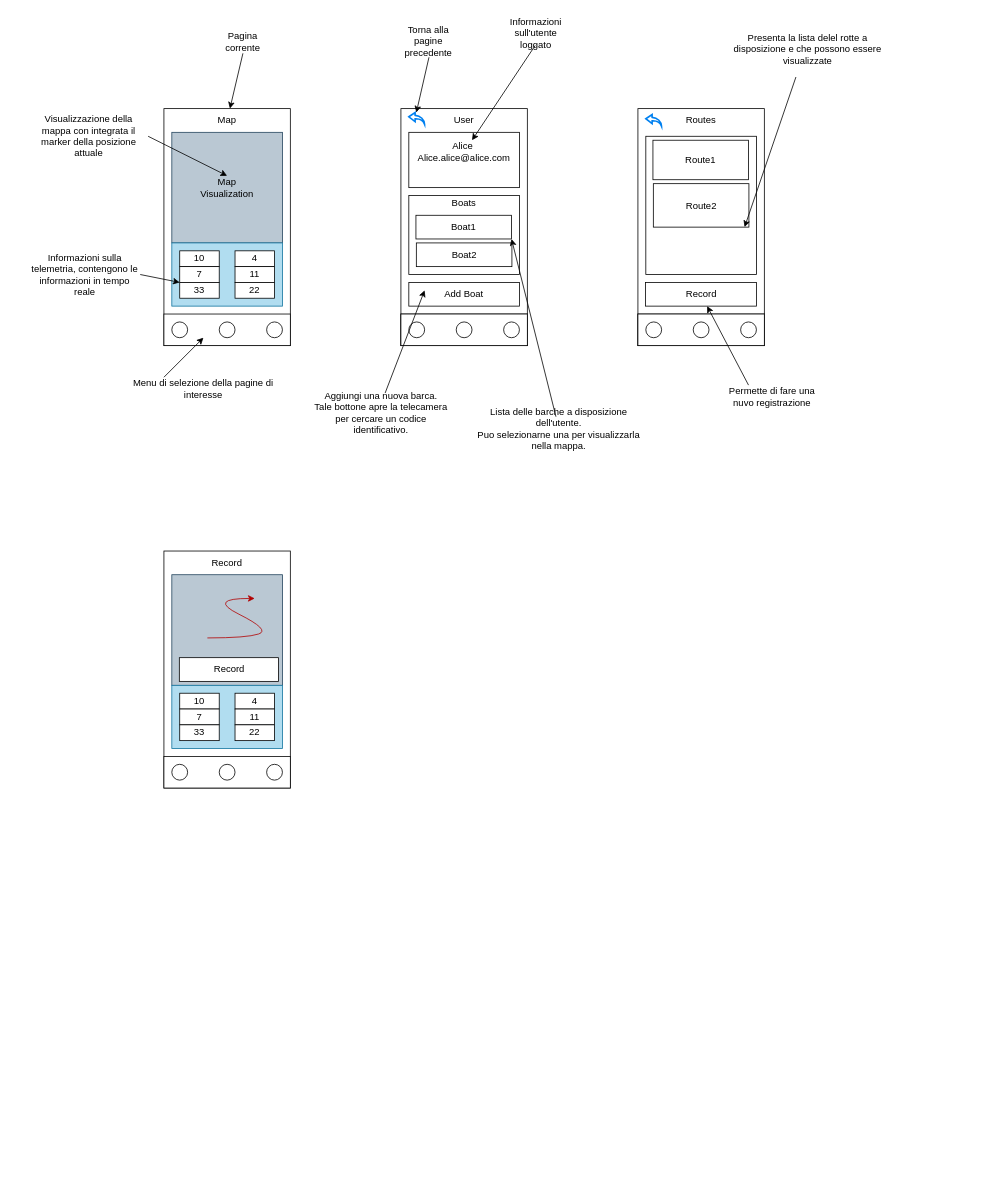
Above: Diagrams/Ideas.drawio in GiovanniRaseraF/Saily (draw.io), before the change. Source tidied: cells renumbered, new cells numbered last; positions are measured from the earlier drawing's top-left corner, leaving out a move shared by most shapes. Both pictures are drawn from the tidied source at 79%, with x=0, y=0 at pixel (29, 21).
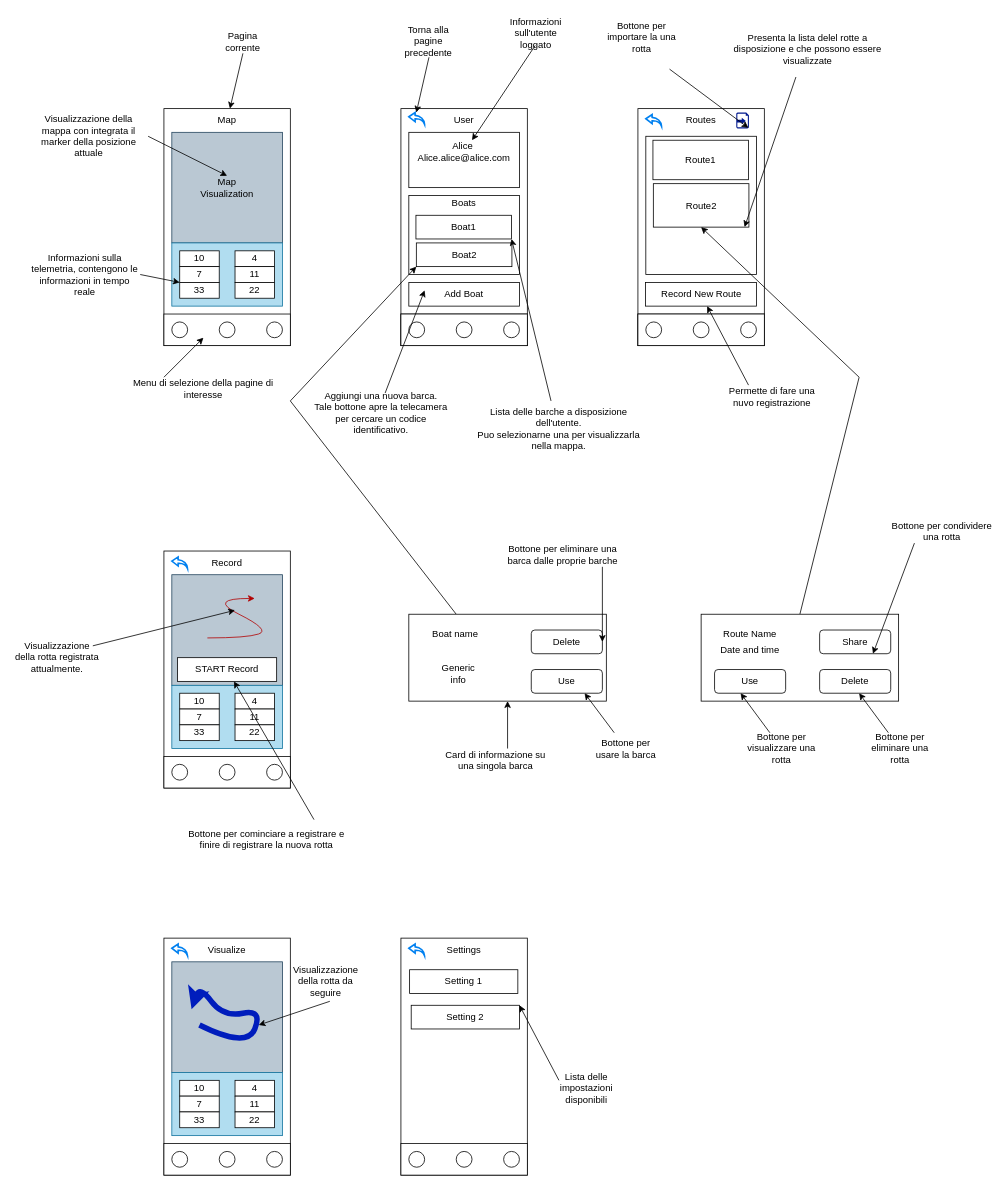
The same diagram, later.

The change refers to these unchanged cells:
```xml
<mxCell id="34" value="Boat2" style="rounded=0;whiteSpace=wrap;html=1;" parent="1" vertex="1">
  <mxGeometry x="489.5" y="280" width="121" height="30" as="geometry" />
</mxCell>
<mxCell id="39" value="Route2" style="rounded=0;whiteSpace=wrap;html=1;" parent="1" vertex="1">
  <mxGeometry x="789.5" y="205" width="121" height="55" as="geometry" />
</mxCell>
<mxCell id="59" value="Lista delle barche a disposizione dell'utente.&lt;div&gt;Puo selezionarne una per visualizzarla nella mappa.&lt;/div&gt;" style="text;html=1;align=center;verticalAlign=middle;whiteSpace=wrap;rounded=0;" parent="1" vertex="1">
  <mxGeometry x="560" y="500" width="220" height="30" as="geometry" />
</mxCell>
```

What changed in the source:
```diff
@@
-    <mxCell id="40" value="Record" style="rounded=0;whiteSpace=wrap;html=1;" parent="1" vertex="1">
+    <mxCell id="40" value="Record New Route" style="rounded=0;whiteSpace=wrap;html=1;" parent="1" vertex="1">
       <mxGeometry x="779.5" y="330" width="140.5" height="30" as="geometry" />
     </mxCell>
@@
-    <mxCell id="58" style="endArrow=classic;html=1;rounded=0;" parent="1" edge="1" source="59">
+    <mxCell id="58" style="endArrow=classic;html=1;rounded=0;" parent="1" edge="1">
       <mxGeometry relative="1" as="geometry">
+        <mxPoint x="660" y="480" as="sourcePoint" />
         <mxPoint x="610" y="275" as="targetPoint" />
       </mxGeometry>
     </mxCell>
@@
-    <mxCell id="78" value="Record" style="rounded=0;whiteSpace=wrap;html=1;" parent="1" vertex="1">
-      <mxGeometry x="189.5" y="805" width="125.5" height="30" as="geometry" />
+    <mxCell id="78" value="START Record" style="rounded=0;whiteSpace=wrap;html=1;" parent="1" vertex="1">
+      <mxGeometry x="187.2" y="805" width="125.5" height="30" as="geometry" />
     </mxCell>
@@
+    <mxCell id="80" style="endArrow=classic;html=1;rounded=0;" parent="1" edge="1">
+      <mxGeometry relative="1" as="geometry">
+        <mxPoint x="80" y="790" as="sourcePoint" />
+        <mxPoint x="260" y="745" as="targetPoint" />
+      </mxGeometry>
+    </mxCell>
+    <mxCell id="81" value="Visualizzazione della rotta registrata attualmente." style="text;html=1;align=center;verticalAlign=middle;whiteSpace=wrap;rounded=0;" parent="1" vertex="1">
+      <mxGeometry x="-20" y="790" width="110" height="30" as="geometry" />
+    </mxCell>
+    <mxCell id="82" style="endArrow=classic;html=1;rounded=0;" parent="1" edge="1" target="78">
+      <mxGeometry relative="1" as="geometry">
+        <mxPoint x="360" y="1010" as="sourcePoint" />
+      </mxGeometry>
+    </mxCell>
+    <mxCell id="83" value="Bottone per cominciare a registrare e finire di registrare la nuova rotta" style="text;html=1;align=center;verticalAlign=middle;whiteSpace=wrap;rounded=0;" parent="1" vertex="1">
+      <mxGeometry x="200" y="1020" width="200" height="30" as="geometry" />
+    </mxCell>
+    <mxCell id="84" style="html=1;verticalLabelPosition=bottom;align=center;labelBackgroundColor=#ffffff;verticalAlign=top;strokeWidth=2;strokeColor=#0080F0;shadow=0;dashed=0;shape=mxgraph.ios7.icons.back;" parent="1" vertex="1">
+      <mxGeometry x="180" y="677.5" width="20" height="15" as="geometry" />
+    </mxCell>
+    <mxCell id="85" style="sketch=0;shadow=0;dashed=0;html=1;strokeColor=none;labelPosition=center;verticalLabelPosition=bottom;verticalAlign=top;align=center;fillColor=#00188D;shape=mxgraph.mscae.enterprise.import_generic;" parent="1" vertex="1">
+      <mxGeometry x="894.5" y="115" width="16" height="20" as="geometry" />
+    </mxCell>
+    <mxCell id="86" style="endArrow=classic;html=1;rounded=0;entryX=0.96;entryY=0.97;entryDx=0;entryDy=0;entryPerimeter=0;" parent="1" edge="1" target="85">
+      <mxGeometry relative="1" as="geometry">
+        <mxPoint x="810" y="60" as="sourcePoint" />
+      </mxGeometry>
+    </mxCell>
+    <mxCell id="87" value="Bottone per importare la una rotta" style="text;html=1;align=center;verticalAlign=middle;whiteSpace=wrap;rounded=0;" parent="1" vertex="1">
+      <mxGeometry x="720" y="-10" width="110" height="60" as="geometry" />
+    </mxCell>
+    <mxCell id="88" style="endArrow=classic;html=1;rounded=0;entryX=0;entryY=1;entryDx=0;entryDy=0;" parent="1" edge="1" target="34">
+      <mxGeometry relative="1" as="geometry">
+        <mxPoint x="540" y="750" as="sourcePoint" />
+        <Array as="points">
+          <mxPoint x="330" y="480" />
+        </Array>
+      </mxGeometry>
+    </mxCell>
+    <mxCell id="89" style="rounded=0;whiteSpace=wrap;html=1;" parent="1" vertex="1">
+      <mxGeometry x="480" y="750" width="250" height="110" as="geometry" />
+    </mxCell>
+    <mxCell id="90" value="Boat name" style="text;html=1;align=center;verticalAlign=middle;whiteSpace=wrap;rounded=0;" parent="1" vertex="1">
+      <mxGeometry x="489" y="760" width="100" height="30" as="geometry" />
+    </mxCell>
+    <mxCell id="91" value="Generic info" style="text;html=1;align=center;verticalAlign=middle;whiteSpace=wrap;rounded=0;" parent="1" vertex="1">
+      <mxGeometry x="513" y="810" width="60" height="30" as="geometry" />
+    </mxCell>
+    <mxCell id="92" value="Use" style="rounded=1;whiteSpace=wrap;html=1;" parent="1" vertex="1">
+      <mxGeometry x="635" y="820" width="90" height="30" as="geometry" />
+    </mxCell>
+    <mxCell id="93" value="Delete" style="rounded=1;whiteSpace=wrap;html=1;" parent="1" vertex="1">
+      <mxGeometry x="635" y="770" width="90" height="30" as="geometry" />
+    </mxCell>
+    <mxCell id="94" style="endArrow=classic;html=1;rounded=0;entryX=0.5;entryY=1;entryDx=0;entryDy=0;" parent="1" edge="1" target="89">
+      <mxGeometry relative="1" as="geometry">
+        <mxPoint x="605" y="920" as="sourcePoint" />
+      </mxGeometry>
+    </mxCell>
+    <mxCell id="95" value="Card di informazione su una singola barca" style="text;html=1;align=center;verticalAlign=middle;whiteSpace=wrap;rounded=0;" parent="1" vertex="1">
+      <mxGeometry x="520" y="920" width="140" height="30" as="geometry" />
+    </mxCell>
+    <mxCell id="96" style="endArrow=classic;html=1;rounded=0;entryX=0.75;entryY=1;entryDx=0;entryDy=0;" parent="1" edge="1" target="92">
+      <mxGeometry relative="1" as="geometry">
+        <mxPoint x="740" y="900" as="sourcePoint" />
+      </mxGeometry>
+    </mxCell>
+    <mxCell id="97" value="Bottone per usare la barca" style="text;html=1;align=center;verticalAlign=middle;whiteSpace=wrap;rounded=0;" parent="1" vertex="1">
+      <mxGeometry x="710" y="890" width="90" height="60" as="geometry" />
+    </mxCell>
+    <mxCell id="98" style="endArrow=classic;html=1;rounded=0;entryX=1;entryY=0.5;entryDx=0;entryDy=0;" parent="1" edge="1" target="93">
+      <mxGeometry relative="1" as="geometry">
+        <mxPoint x="725" y="690" as="sourcePoint" />
+      </mxGeometry>
+    </mxCell>
+    <mxCell id="99" value="Bottone per eliminare una barca dalle proprie barche" style="text;html=1;align=center;verticalAlign=middle;whiteSpace=wrap;rounded=0;" parent="1" vertex="1">
+      <mxGeometry x="600" y="660" width="150" height="30" as="geometry" />
+    </mxCell>
+    <mxCell id="100" style="endArrow=classic;html=1;rounded=0;entryX=0.5;entryY=1;entryDx=0;entryDy=0;exitX=0.5;exitY=0;exitDx=0;exitDy=0;" parent="1" edge="1" source="101" target="39">
+      <mxGeometry relative="1" as="geometry">
+        <Array as="points">
+          <mxPoint x="1050" y="450" />
+        </Array>
+      </mxGeometry>
+    </mxCell>
+    <mxCell id="101" style="rounded=0;whiteSpace=wrap;html=1;" parent="1" vertex="1">
+      <mxGeometry x="850" y="750" width="250" height="110" as="geometry" />
+    </mxCell>
+    <mxCell id="102" value="Route Name" style="text;html=1;align=center;verticalAlign=middle;whiteSpace=wrap;rounded=0;" parent="1" vertex="1">
+      <mxGeometry x="862" y="760" width="100" height="30" as="geometry" />
+    </mxCell>
+    <mxCell id="103" value="Date and time" style="text;html=1;align=center;verticalAlign=middle;whiteSpace=wrap;rounded=0;" parent="1" vertex="1">
+      <mxGeometry x="862" y="780" width="100" height="30" as="geometry" />
+    </mxCell>
+    <mxCell id="104" value="Delete" style="rounded=1;whiteSpace=wrap;html=1;" parent="1" vertex="1">
+      <mxGeometry x="1000" y="820" width="90" height="30" as="geometry" />
+    </mxCell>
+    <mxCell id="105" value="Use" style="rounded=1;whiteSpace=wrap;html=1;" parent="1" vertex="1">
+      <mxGeometry x="867" y="820" width="90" height="30" as="geometry" />
+    </mxCell>
+    <mxCell id="106" value="Share" style="rounded=1;whiteSpace=wrap;html=1;" parent="1" vertex="1">
+      <mxGeometry x="1000" y="770" width="90" height="30" as="geometry" />
+    </mxCell>
+    <mxCell id="107" style="endArrow=classic;html=1;rounded=0;entryX=0.75;entryY=1;entryDx=0;entryDy=0;" parent="1" edge="1" target="106">
+      <mxGeometry relative="1" as="geometry">
+        <mxPoint x="1120" y="660" as="sourcePoint" />
+      </mxGeometry>
+    </mxCell>
+    <mxCell id="108" value="Bottone per condividere una rotta" style="text;html=1;align=center;verticalAlign=middle;whiteSpace=wrap;rounded=0;" parent="1" vertex="1">
+      <mxGeometry x="1090" y="630" width="130" height="30" as="geometry" />
+    </mxCell>
+    <mxCell id="109" style="endArrow=classic;html=1;rounded=0;entryX=0.75;entryY=1;entryDx=0;entryDy=0;" parent="1" edge="1">
+      <mxGeometry relative="1" as="geometry">
+        <mxPoint x="1087" y="900" as="sourcePoint" />
+        <mxPoint x="1050" y="850" as="targetPoint" />
+      </mxGeometry>
+    </mxCell>
+    <mxCell id="110" value="Bottone per eliminare una rotta" style="text;html=1;align=center;verticalAlign=middle;whiteSpace=wrap;rounded=0;" parent="1" vertex="1">
+      <mxGeometry x="1057" y="890" width="90" height="60" as="geometry" />
+    </mxCell>
+    <mxCell id="111" style="endArrow=classic;html=1;rounded=0;entryX=0.75;entryY=1;entryDx=0;entryDy=0;" parent="1" edge="1">
+      <mxGeometry relative="1" as="geometry">
+        <mxPoint x="937" y="900" as="sourcePoint" />
+        <mxPoint x="900" y="850" as="targetPoint" />
+      </mxGeometry>
+    </mxCell>
+    <mxCell id="112" value="Bottone per visualizzare una rotta" style="text;html=1;align=center;verticalAlign=middle;whiteSpace=wrap;rounded=0;" parent="1" vertex="1">
+      <mxGeometry x="907" y="890" width="90" height="60" as="geometry" />
+    </mxCell>
+    <mxCell id="113" style="rounded=0;whiteSpace=wrap;html=1;" parent="1" vertex="1">
+      <mxGeometry x="170" y="1160" width="160" height="300" as="geometry" />
+    </mxCell>
+    <mxCell id="114" value="Visualize" style="text;html=1;align=center;verticalAlign=middle;whiteSpace=wrap;rounded=0;" parent="1" vertex="1">
+      <mxGeometry x="220" y="1160" width="60" height="30" as="geometry" />
+    </mxCell>
+    <mxCell id="115" style="whiteSpace=wrap;html=1;fillColor=#bac8d3;strokeColor=#23445d;" parent="1" vertex="1">
+      <mxGeometry x="180" y="1190" width="140" height="140" as="geometry" />
+    </mxCell>
+    <mxCell id="116" style="rounded=0;whiteSpace=wrap;html=1;fillColor=#b1ddf0;strokeColor=#10739e;" parent="1" vertex="1">
+      <mxGeometry x="180" y="1330" width="140" height="80" as="geometry" />
+    </mxCell>
+    <mxCell id="117" value="10" style="rounded=0;whiteSpace=wrap;html=1;" parent="1" vertex="1">
+      <mxGeometry x="190" y="1340" width="50" height="20" as="geometry" />
+    </mxCell>
+    <mxCell id="118" value="4" style="rounded=0;whiteSpace=wrap;html=1;" parent="1" vertex="1">
+      <mxGeometry x="260" y="1340" width="50" height="20" as="geometry" />
+    </mxCell>
+    <mxCell id="119" value="7" style="rounded=0;whiteSpace=wrap;html=1;" parent="1" vertex="1">
+      <mxGeometry x="190" y="1360" width="50" height="20" as="geometry" />
+    </mxCell>
+    <mxCell id="120" value="11" style="rounded=0;whiteSpace=wrap;html=1;" parent="1" vertex="1">
+      <mxGeometry x="260" y="1360" width="50" height="20" as="geometry" />
+    </mxCell>
+    <mxCell id="121" value="33" style="rounded=0;whiteSpace=wrap;html=1;" parent="1" vertex="1">
+      <mxGeometry x="190" y="1380" width="50" height="20" as="geometry" />
+    </mxCell>
+    <mxCell id="122" value="22" style="rounded=0;whiteSpace=wrap;html=1;" parent="1" vertex="1">
+      <mxGeometry x="260" y="1380" width="50" height="20" as="geometry" />
+    </mxCell>
+    <mxCell id="123" style="rounded=0;whiteSpace=wrap;html=1;" parent="1" vertex="1">
+      <mxGeometry x="170" y="1420" width="160" height="40" as="geometry" />
+    </mxCell>
+    <mxCell id="124" style="ellipse;whiteSpace=wrap;html=1;" parent="1" vertex="1">
+      <mxGeometry x="180" y="1430" width="20" height="20" as="geometry" />
+    </mxCell>
+    <mxCell id="125" style="ellipse;whiteSpace=wrap;html=1;" parent="1" vertex="1">
+      <mxGeometry x="240" y="1430" width="20" height="20" as="geometry" />
+    </mxCell>
+    <mxCell id="126" style="ellipse;whiteSpace=wrap;html=1;" parent="1" vertex="1">
+      <mxGeometry x="300" y="1430" width="20" height="20" as="geometry" />
+    </mxCell>
+    <mxCell id="127" style="html=1;verticalLabelPosition=bottom;align=center;labelBackgroundColor=#ffffff;verticalAlign=top;strokeWidth=2;strokeColor=#0080F0;shadow=0;dashed=0;shape=mxgraph.ios7.icons.back;" parent="1" vertex="1">
+      <mxGeometry x="180" y="1167.5" width="20" height="15" as="geometry" />
+    </mxCell>
+    <mxCell id="128" style="curved=1;endArrow=classic;html=1;rounded=0;fillColor=#0050ef;strokeColor=#001DBC;strokeWidth=7;" parent="1" edge="1">
+      <mxGeometry relative="1" as="geometry">
+        <mxPoint x="215" y="1270" as="sourcePoint" />
+        <mxPoint x="205" y="1250" as="targetPoint" />
+        <Array as="points">
+          <mxPoint x="275" y="1300" />
+          <mxPoint x="295" y="1250" />
+          <mxPoint x="245" y="1260" />
+          <mxPoint x="215" y="1220" />
+        </Array>
+      </mxGeometry>
+    </mxCell>
+    <mxCell id="129" style="endArrow=classic;html=1;rounded=0;" parent="1" edge="1">
+      <mxGeometry relative="1" as="geometry">
+        <mxPoint x="380" y="1240" as="sourcePoint" />
+        <mxPoint x="290" y="1270" as="targetPoint" />
+      </mxGeometry>
+    </mxCell>
+    <mxCell id="130" value="Visualizzazione della rotta da seguire" style="text;html=1;align=center;verticalAlign=middle;whiteSpace=wrap;rounded=0;" parent="1" vertex="1">
+      <mxGeometry x="320" y="1200" width="110" height="30" as="geometry" />
+    </mxCell>
+    <mxCell id="131" style="rounded=0;whiteSpace=wrap;html=1;" parent="1" vertex="1">
+      <mxGeometry x="470" y="1160" width="160" height="300" as="geometry" />
+    </mxCell>
+    <mxCell id="132" value="Settings" style="text;html=1;align=center;verticalAlign=middle;whiteSpace=wrap;rounded=0;" parent="1" vertex="1">
+      <mxGeometry x="520" y="1160" width="60" height="30" as="geometry" />
+    </mxCell>
+    <mxCell id="133" style="rounded=0;whiteSpace=wrap;html=1;" parent="1" vertex="1">
+      <mxGeometry x="470" y="1420" width="160" height="40" as="geometry" />
+    </mxCell>
+    <mxCell id="134" style="ellipse;whiteSpace=wrap;html=1;" parent="1" vertex="1">
+      <mxGeometry x="480" y="1430" width="20" height="20" as="geometry" />
+    </mxCell>
+    <mxCell id="135" style="ellipse;whiteSpace=wrap;html=1;" parent="1" vertex="1">
+      <mxGeometry x="540" y="1430" width="20" height="20" as="geometry" />
+    </mxCell>
+    <mxCell id="136" style="ellipse;whiteSpace=wrap;html=1;" parent="1" vertex="1">
+      <mxGeometry x="600" y="1430" width="20" height="20" as="geometry" />
+    </mxCell>
+    <mxCell id="137" style="html=1;verticalLabelPosition=bottom;align=center;labelBackgroundColor=#ffffff;verticalAlign=top;strokeWidth=2;strokeColor=#0080F0;shadow=0;dashed=0;shape=mxgraph.ios7.icons.back;" parent="1" vertex="1">
+      <mxGeometry x="480" y="1167.5" width="20" height="15" as="geometry" />
+    </mxCell>
+    <mxCell id="138" value="Setting 1" style="rounded=0;whiteSpace=wrap;html=1;" parent="1" vertex="1">
+      <mxGeometry x="481" y="1200" width="137" height="30" as="geometry" />
+    </mxCell>
+    <mxCell id="139" value="Setting 2" style="rounded=0;whiteSpace=wrap;html=1;" parent="1" vertex="1">
+      <mxGeometry x="483" y="1245" width="137" height="30" as="geometry" />
+    </mxCell>
+    <mxCell id="140" style="endArrow=classic;html=1;rounded=0;entryX=1;entryY=0;entryDx=0;entryDy=0;" parent="1" edge="1" target="139">
+      <mxGeometry relative="1" as="geometry">
+        <mxPoint x="670" y="1340" as="sourcePoint" />
+      </mxGeometry>
+    </mxCell>
+    <mxCell id="141" value="Lista delle impostazioni disponibili" style="text;html=1;align=center;verticalAlign=middle;whiteSpace=wrap;rounded=0;" parent="1" vertex="1">
+      <mxGeometry x="650" y="1335" width="110" height="30" as="geometry" />
+    </mxCell>
```
